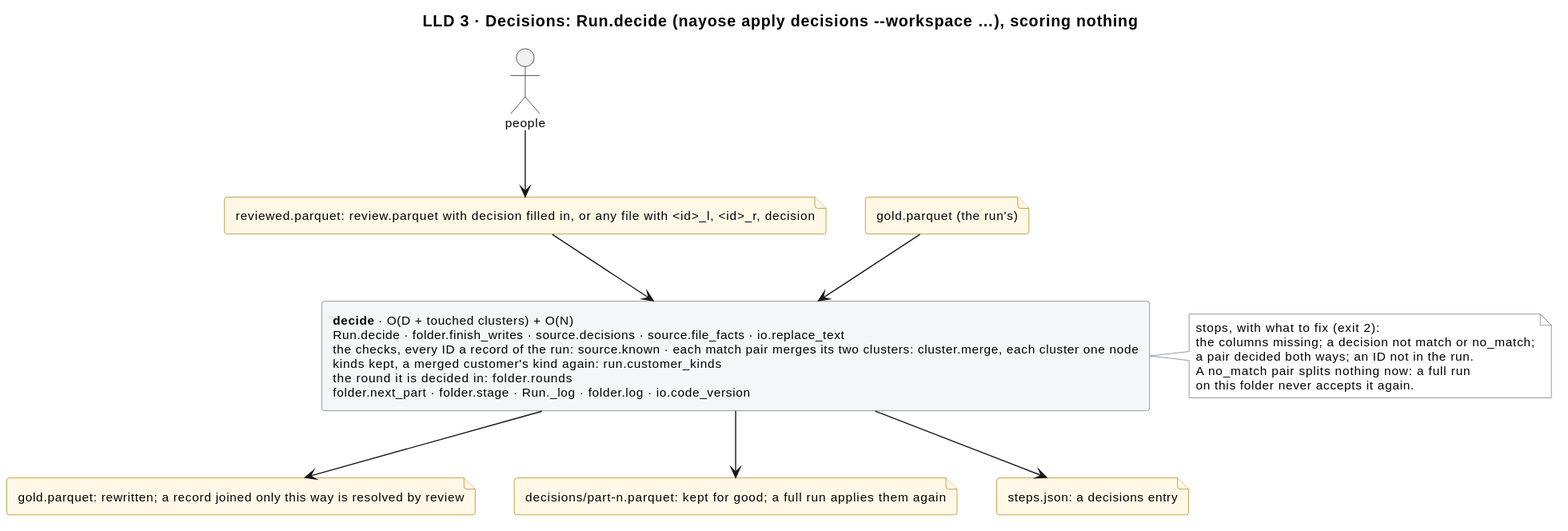
Earlier version of the PlantUML export docs/diagrams/decisions.svg (mvsbm/entity_matching).
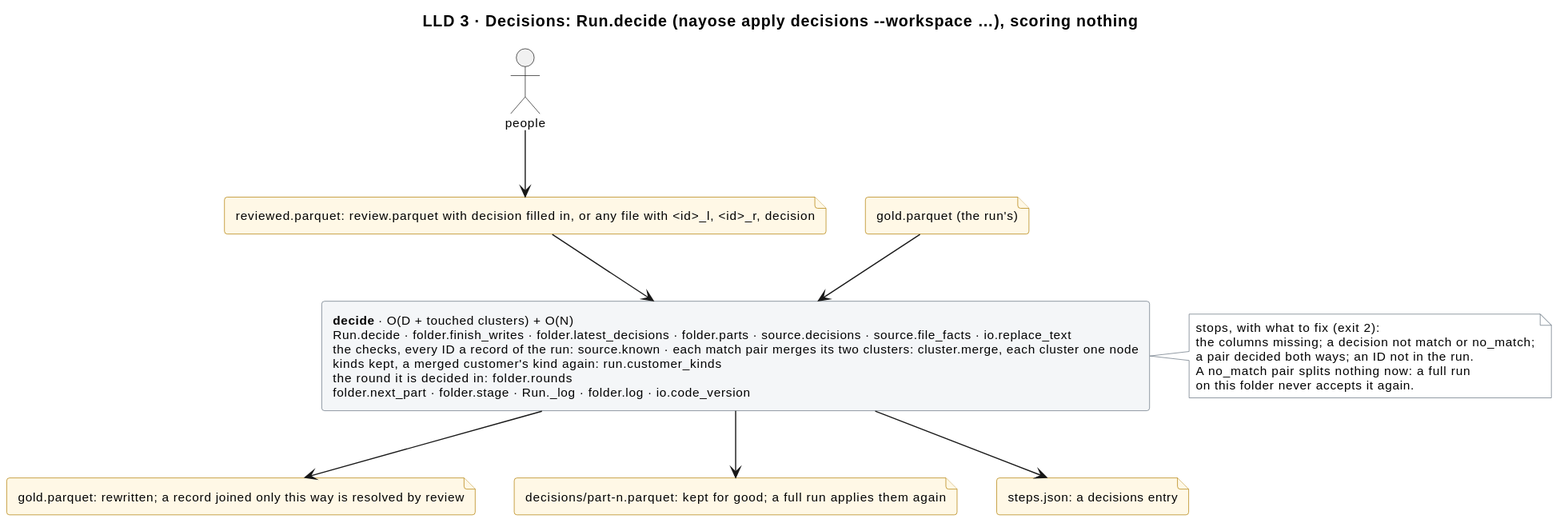
The same file after the commit.

The edit, as a diff of the source:
```diff
@@ -18,7 +18,7 @@
 file "reviewed.parquet: review.parquet with decision filled in, or any file with <id>_l, <id>_r, decision" as f_decided
 file "gold.parquet (the run's)" as f_gold_in
 
-rectangle "<b>decide</b> · O(D + touched clusters) + O(N)\nRun.decide · folder.finish_writes · source.decisions · source.file_facts · io.replace_text\nthe checks, every ID a record of the run: source.known · each match pair merges its two clusters: cluster.merge, each cluster one node\nkinds kept, a merged customer's kind again: run.customer_kinds\nthe round it is decided in: folder.rounds\nfolder.next_part · folder.stage · Run._log · folder.log · io.code_version" as decide
+rectangle "<b>decide</b> · O(D + touched clusters) + O(N)\nRun.decide · folder.finish_writes · folder.latest_decisions · folder.parts · source.decisions · source.file_facts · io.replace_text\nthe checks, every ID a record of the run: source.known · each match pair merges its two clusters: cluster.merge, each cluster one node\nkinds kept, a merged customer's kind again: run.customer_kinds\nthe round it is decided in: folder.rounds\nfolder.next_part · folder.stage · Run._log · folder.log · io.code_version" as decide
 
 note right of decide
   stops, with what to fix (exit 2):
```
